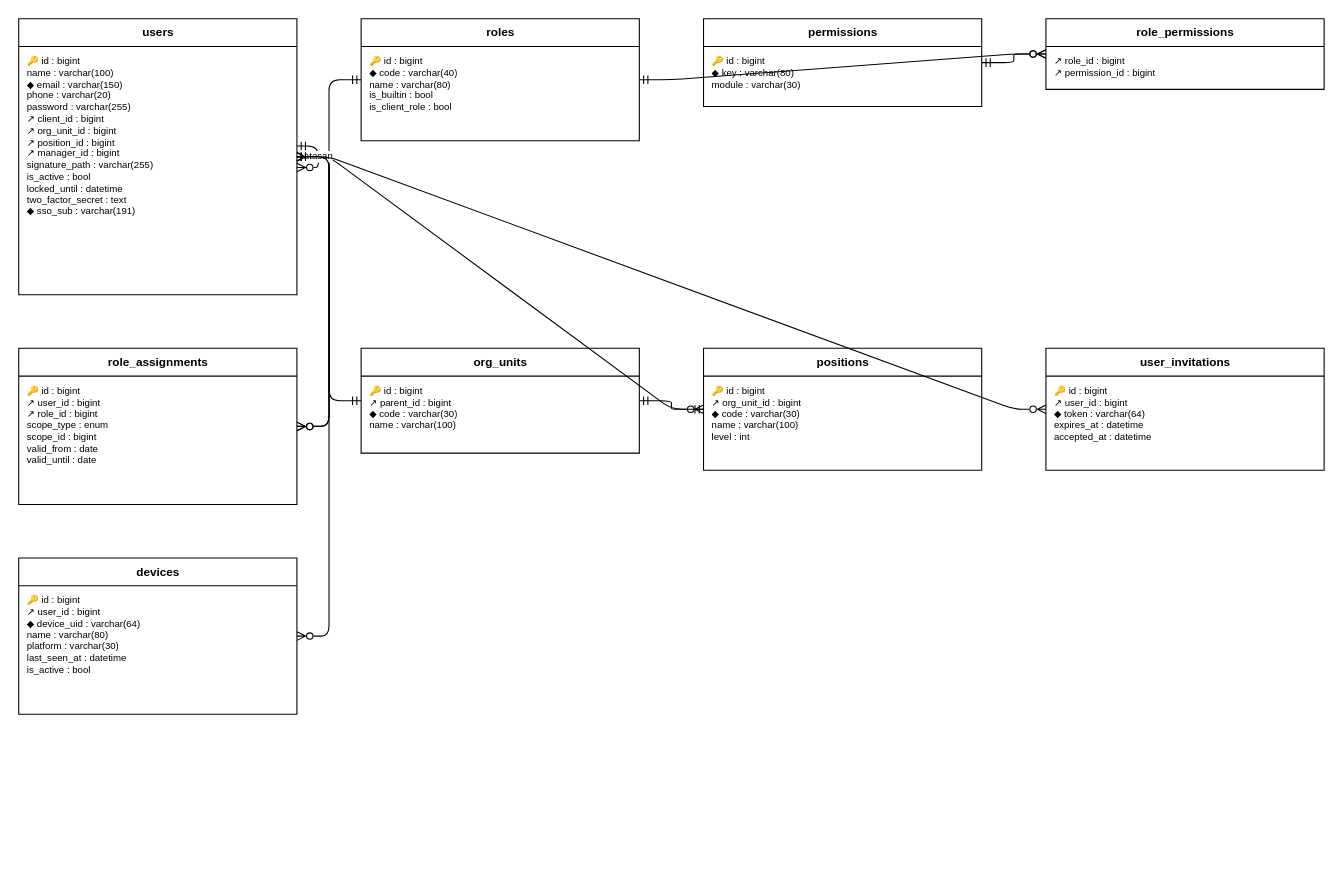
Above: docs/diagram/erd-akses.drawio in HengkyDarmawan/wms (draw.io), before the change. Source tidied: cells renumbered, new cells numbered last; positions are measured from the earlier drawing's top-left corner, leaving out a move shared by most shapes. Both pictures are drawn from the tidied source at 107%, with x=0, y=0 at pixel (18, 18).
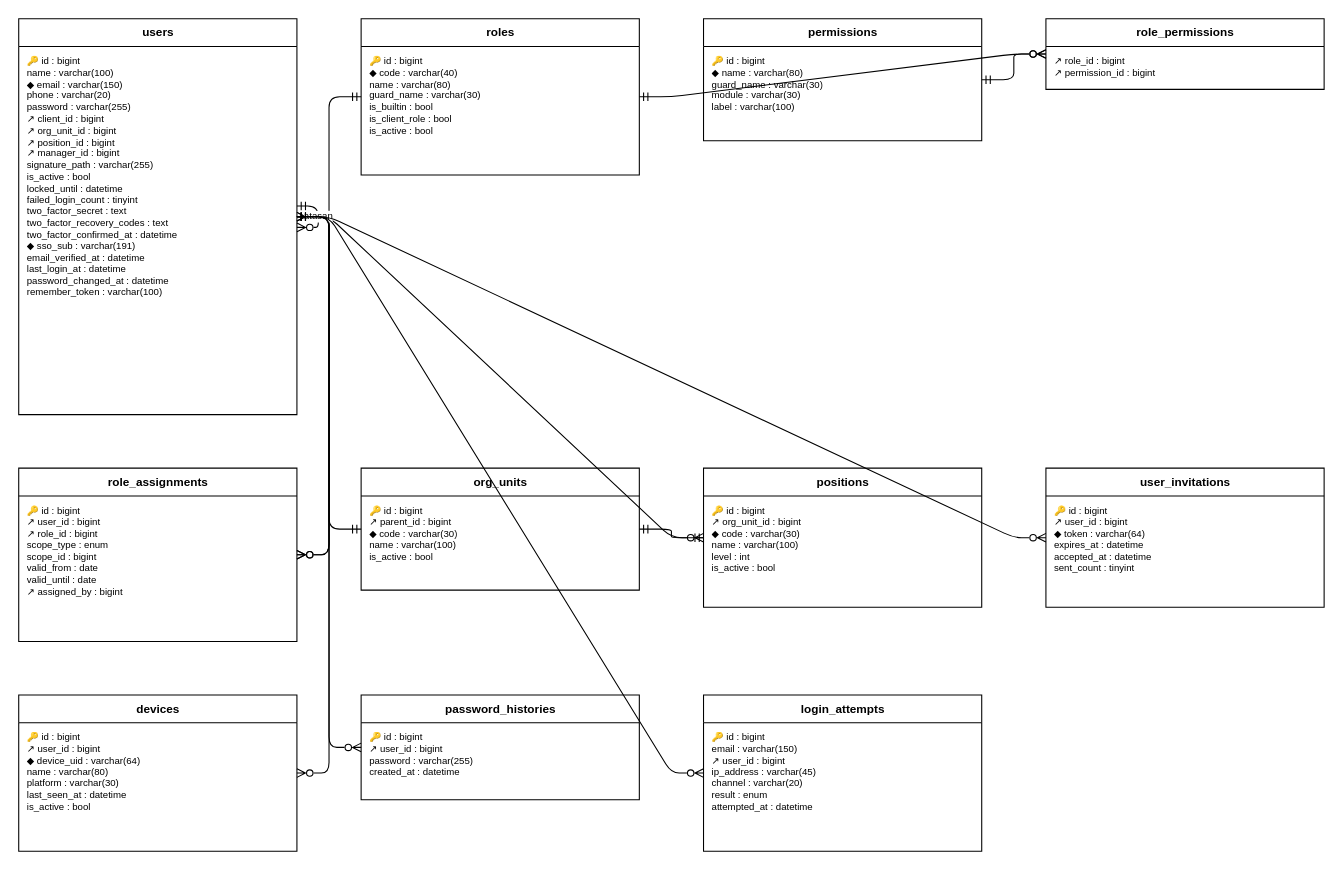
Above is the later version.

The edit, as a diff of the source:
```diff
@@
     <mxCell id="2" value="users" style="swimlane;fontStyle=1;horizontal=1;startSize=26;html=1;fontSize=11;fillColor=#FFFFFF;" parent="1" vertex="1">
-      <mxGeometry width="260" height="258" as="geometry" />
+      <mxGeometry width="260" height="370" as="geometry" />
     </mxCell>
-    <mxCell id="3" value="🔑 id : bigint&lt;br&gt;name : varchar(100)&lt;br&gt;◆ email : varchar(150)&lt;br&gt;phone : varchar(20)&lt;br&gt;password : varchar(255)&lt;br&gt;↗ client_id : bigint&lt;br&gt;↗ org_unit_id : bigint&lt;br&gt;↗ position_id : bigint&lt;br&gt;↗ manager_id : bigint&lt;br&gt;signature_path : varchar(255)&lt;br&gt;is_active : bool&lt;br&gt;locked_until : datetime&lt;br&gt;two_factor_secret : text&lt;br&gt;◆ sso_sub : varchar(191)" style="text;html=1;strokeColor=none;fillColor=none;align=left;verticalAlign=top;spacingLeft=6;spacingTop=2;fontSize=9;whiteSpace=wrap;overflow=hidden;" parent="2" vertex="1">
-      <mxGeometry y="26" width="260" height="232" as="geometry" />
+    <mxCell id="3" value="🔑 id : bigint&lt;br&gt;name : varchar(100)&lt;br&gt;◆ email : varchar(150)&lt;br&gt;phone : varchar(20)&lt;br&gt;password : varchar(255)&lt;br&gt;↗ client_id : bigint&lt;br&gt;↗ org_unit_id : bigint&lt;br&gt;↗ position_id : bigint&lt;br&gt;↗ manager_id : bigint&lt;br&gt;signature_path : varchar(255)&lt;br&gt;is_active : bool&lt;br&gt;locked_until : datetime&lt;br&gt;failed_login_count : tinyint&lt;br&gt;two_factor_secret : text&lt;br&gt;two_factor_recovery_codes : text&lt;br&gt;two_factor_confirmed_at : datetime&lt;br&gt;◆ sso_sub : varchar(191)&lt;br&gt;email_verified_at : datetime&lt;br&gt;last_login_at : datetime&lt;br&gt;password_changed_at : datetime&lt;br&gt;remember_token : varchar(100)" style="text;html=1;strokeColor=none;fillColor=none;align=left;verticalAlign=top;spacingLeft=6;spacingTop=2;fontSize=9;whiteSpace=wrap;overflow=hidden;" parent="2" vertex="1">
+      <mxGeometry y="26" width="260" height="344" as="geometry" />
     </mxCell>
     <mxCell id="4" value="roles" style="swimlane;fontStyle=1;horizontal=1;startSize=26;html=1;fontSize=11;fillColor=#FFFFFF;" parent="1" vertex="1">
-      <mxGeometry x="320" width="260" height="114" as="geometry" />
+      <mxGeometry x="320" width="260" height="146" as="geometry" />
     </mxCell>
-    <mxCell id="5" value="🔑 id : bigint&lt;br&gt;◆ code : varchar(40)&lt;br&gt;name : varchar(80)&lt;br&gt;is_builtin : bool&lt;br&gt;is_client_role : bool" style="text;html=1;strokeColor=none;fillColor=none;align=left;verticalAlign=top;spacingLeft=6;spacingTop=2;fontSize=9;whiteSpace=wrap;overflow=hidden;" parent="4" vertex="1">
-      <mxGeometry y="26" width="260" height="88" as="geometry" />
+    <mxCell id="5" value="🔑 id : bigint&lt;br&gt;◆ code : varchar(40)&lt;br&gt;name : varchar(80)&lt;br&gt;guard_name : varchar(30)&lt;br&gt;is_builtin : bool&lt;br&gt;is_client_role : bool&lt;br&gt;is_active : bool" style="text;html=1;strokeColor=none;fillColor=none;align=left;verticalAlign=top;spacingLeft=6;spacingTop=2;fontSize=9;whiteSpace=wrap;overflow=hidden;" parent="4" vertex="1">
+      <mxGeometry y="26" width="260" height="120" as="geometry" />
     </mxCell>
     <mxCell id="6" value="permissions" style="swimlane;fontStyle=1;horizontal=1;startSize=26;html=1;fontSize=11;fillColor=#FFFFFF;" parent="1" vertex="1">
-      <mxGeometry x="640" width="260" height="82" as="geometry" />
+      <mxGeometry x="640" width="260" height="114" as="geometry" />
     </mxCell>
-    <mxCell id="7" value="🔑 id : bigint&lt;br&gt;◆ key : varchar(80)&lt;br&gt;module : varchar(30)" style="text;html=1;strokeColor=none;fillColor=none;align=left;verticalAlign=top;spacingLeft=6;spacingTop=2;fontSize=9;whiteSpace=wrap;overflow=hidden;" parent="6" vertex="1">
-      <mxGeometry y="26" width="260" height="56" as="geometry" />
+    <mxCell id="7" value="🔑 id : bigint&lt;br&gt;◆ name : varchar(80)&lt;br&gt;guard_name : varchar(30)&lt;br&gt;module : varchar(30)&lt;br&gt;label : varchar(100)" style="text;html=1;strokeColor=none;fillColor=none;align=left;verticalAlign=top;spacingLeft=6;spacingTop=2;fontSize=9;whiteSpace=wrap;overflow=hidden;" parent="6" vertex="1">
+      <mxGeometry y="26" width="260" height="88" as="geometry" />
     </mxCell>
@@
     <mxCell id="10" value="role_assignments" style="swimlane;fontStyle=1;horizontal=1;startSize=26;html=1;fontSize=11;fillColor=#FFFFFF;" parent="1" vertex="1">
-      <mxGeometry y="308" width="260" height="146" as="geometry" />
+      <mxGeometry y="420" width="260" height="162" as="geometry" />
     </mxCell>
-    <mxCell id="11" value="🔑 id : bigint&lt;br&gt;↗ user_id : bigint&lt;br&gt;↗ role_id : bigint&lt;br&gt;scope_type : enum&lt;br&gt;scope_id : bigint&lt;br&gt;valid_from : date&lt;br&gt;valid_until : date" style="text;html=1;strokeColor=none;fillColor=none;align=left;verticalAlign=top;spacingLeft=6;spacingTop=2;fontSize=9;whiteSpace=wrap;overflow=hidden;" parent="10" vertex="1">
-      <mxGeometry y="26" width="260" height="120" as="geometry" />
+    <mxCell id="11" value="🔑 id : bigint&lt;br&gt;↗ user_id : bigint&lt;br&gt;↗ role_id : bigint&lt;br&gt;scope_type : enum&lt;br&gt;scope_id : bigint&lt;br&gt;valid_from : date&lt;br&gt;valid_until : date&lt;br&gt;↗ assigned_by : bigint" style="text;html=1;strokeColor=none;fillColor=none;align=left;verticalAlign=top;spacingLeft=6;spacingTop=2;fontSize=9;whiteSpace=wrap;overflow=hidden;" parent="10" vertex="1">
+      <mxGeometry y="26" width="260" height="136" as="geometry" />
     </mxCell>
     <mxCell id="12" value="org_units" style="swimlane;fontStyle=1;horizontal=1;startSize=26;html=1;fontSize=11;fillColor=#FFFFFF;" parent="1" vertex="1">
-      <mxGeometry x="320" y="308" width="260" height="98" as="geometry" />
+      <mxGeometry x="320" y="420" width="260" height="114" as="geometry" />
     </mxCell>
-    <mxCell id="13" value="🔑 id : bigint&lt;br&gt;↗ parent_id : bigint&lt;br&gt;◆ code : varchar(30)&lt;br&gt;name : varchar(100)" style="text;html=1;strokeColor=none;fillColor=none;align=left;verticalAlign=top;spacingLeft=6;spacingTop=2;fontSize=9;whiteSpace=wrap;overflow=hidden;" parent="12" vertex="1">
-      <mxGeometry y="26" width="260" height="72" as="geometry" />
+    <mxCell id="13" value="🔑 id : bigint&lt;br&gt;↗ parent_id : bigint&lt;br&gt;◆ code : varchar(30)&lt;br&gt;name : varchar(100)&lt;br&gt;is_active : bool" style="text;html=1;strokeColor=none;fillColor=none;align=left;verticalAlign=top;spacingLeft=6;spacingTop=2;fontSize=9;whiteSpace=wrap;overflow=hidden;" parent="12" vertex="1">
+      <mxGeometry y="26" width="260" height="88" as="geometry" />
     </mxCell>
     <mxCell id="14" value="positions" style="swimlane;fontStyle=1;horizontal=1;startSize=26;html=1;fontSize=11;fillColor=#FFFFFF;" parent="1" vertex="1">
-      <mxGeometry x="640" y="308" width="260" height="114" as="geometry" />
+      <mxGeometry x="640" y="420" width="260" height="130" as="geometry" />
     </mxCell>
-    <mxCell id="15" value="🔑 id : bigint&lt;br&gt;↗ org_unit_id : bigint&lt;br&gt;◆ code : varchar(30)&lt;br&gt;name : varchar(100)&lt;br&gt;level : int" style="text;html=1;strokeColor=none;fillColor=none;align=left;verticalAlign=top;spacingLeft=6;spacingTop=2;fontSize=9;whiteSpace=wrap;overflow=hidden;" parent="14" vertex="1">
-      <mxGeometry y="26" width="260" height="88" as="geometry" />
+    <mxCell id="15" value="🔑 id : bigint&lt;br&gt;↗ org_unit_id : bigint&lt;br&gt;◆ code : varchar(30)&lt;br&gt;name : varchar(100)&lt;br&gt;level : int&lt;br&gt;is_active : bool" style="text;html=1;strokeColor=none;fillColor=none;align=left;verticalAlign=top;spacingLeft=6;spacingTop=2;fontSize=9;whiteSpace=wrap;overflow=hidden;" parent="14" vertex="1">
+      <mxGeometry y="26" width="260" height="104" as="geometry" />
     </mxCell>
     <mxCell id="16" value="user_invitations" style="swimlane;fontStyle=1;horizontal=1;startSize=26;html=1;fontSize=11;fillColor=#FFFFFF;" parent="1" vertex="1">
-      <mxGeometry x="960" y="308" width="260" height="114" as="geometry" />
+      <mxGeometry x="960" y="420" width="260" height="130" as="geometry" />
     </mxCell>
-    <mxCell id="17" value="🔑 id : bigint&lt;br&gt;↗ user_id : bigint&lt;br&gt;◆ token : varchar(64)&lt;br&gt;expires_at : datetime&lt;br&gt;accepted_at : datetime" style="text;html=1;strokeColor=none;fillColor=none;align=left;verticalAlign=top;spacingLeft=6;spacingTop=2;fontSize=9;whiteSpace=wrap;overflow=hidden;" parent="16" vertex="1">
-      <mxGeometry y="26" width="260" height="88" as="geometry" />
+    <mxCell id="17" value="🔑 id : bigint&lt;br&gt;↗ user_id : bigint&lt;br&gt;◆ token : varchar(64)&lt;br&gt;expires_at : datetime&lt;br&gt;accepted_at : datetime&lt;br&gt;sent_count : tinyint" style="text;html=1;strokeColor=none;fillColor=none;align=left;verticalAlign=top;spacingLeft=6;spacingTop=2;fontSize=9;whiteSpace=wrap;overflow=hidden;" parent="16" vertex="1">
+      <mxGeometry y="26" width="260" height="104" as="geometry" />
     </mxCell>
     <mxCell id="18" value="devices" style="swimlane;fontStyle=1;horizontal=1;startSize=26;html=1;fontSize=11;fillColor=#FFFFFF;" parent="1" vertex="1">
-      <mxGeometry y="504" width="260" height="146" as="geometry" />
+      <mxGeometry y="632" width="260" height="146" as="geometry" />
     </mxCell>
@@
+    <mxCell id="30" value="password_histories" style="swimlane;fontStyle=1;horizontal=1;startSize=26;html=1;fontSize=11;fillColor=#FFFFFF;" parent="1" vertex="1">
+      <mxGeometry x="320" y="632" width="260" height="98" as="geometry" />
+    </mxCell>
+    <mxCell id="31" value="🔑 id : bigint&lt;br&gt;↗ user_id : bigint&lt;br&gt;password : varchar(255)&lt;br&gt;created_at : datetime" style="text;html=1;strokeColor=none;fillColor=none;align=left;verticalAlign=top;spacingLeft=6;spacingTop=2;fontSize=9;whiteSpace=wrap;overflow=hidden;" parent="30" vertex="1">
+      <mxGeometry y="26" width="260" height="72" as="geometry" />
+    </mxCell>
+    <mxCell id="32" value="login_attempts" style="swimlane;fontStyle=1;horizontal=1;startSize=26;html=1;fontSize=11;fillColor=#FFFFFF;" parent="1" vertex="1">
+      <mxGeometry x="640" y="632" width="260" height="146" as="geometry" />
+    </mxCell>
+    <mxCell id="33" value="🔑 id : bigint&lt;br&gt;email : varchar(150)&lt;br&gt;↗ user_id : bigint&lt;br&gt;ip_address : varchar(45)&lt;br&gt;channel : varchar(20)&lt;br&gt;result : enum&lt;br&gt;attempted_at : datetime" style="text;html=1;strokeColor=none;fillColor=none;align=left;verticalAlign=top;spacingLeft=6;spacingTop=2;fontSize=9;whiteSpace=wrap;overflow=hidden;" parent="32" vertex="1">
+      <mxGeometry y="26" width="260" height="120" as="geometry" />
+    </mxCell>
@@
+    <mxCell id="34" style="edgeStyle=entityRelationEdgeStyle;fontSize=9;html=1;endArrow=ERzeroToMany;startArrow=ERmandOne;endFill=0;startFill=0;" parent="1" edge="1" source="2" target="30">
+      <mxGeometry relative="1" as="geometry" />
+    </mxCell>
+    <mxCell id="35" style="edgeStyle=entityRelationEdgeStyle;fontSize=9;html=1;endArrow=ERzeroToMany;startArrow=ERmandOne;endFill=0;startFill=0;" parent="1" edge="1" source="2" target="32">
+      <mxGeometry relative="1" as="geometry" />
+    </mxCell>
```
